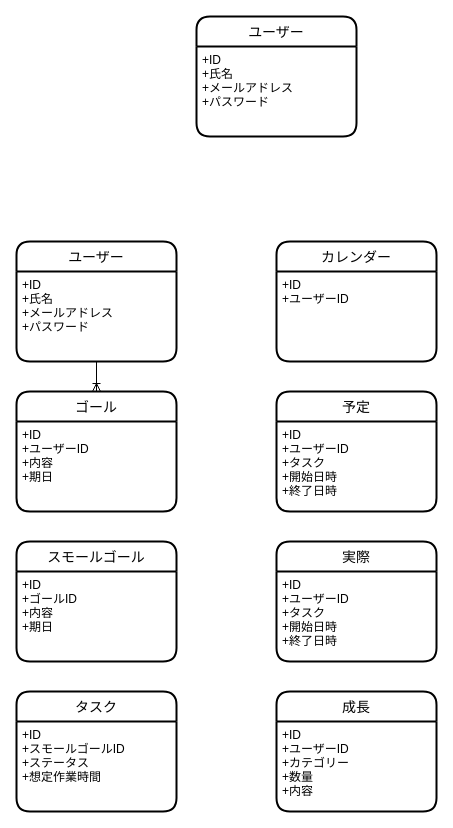
Above: アプリケーション設計/Untitled Diagram.drawio in ippeiNakamura/TIL (draw.io), before the change. Source tidied: cells renumbered, new cells numbered last; positions are measured from the earlier drawing's top-left corner, leaving out a move shared by most shapes. Both pictures are drawn from the tidied source at 100%, with x=0, y=0 at pixel (16, 16).
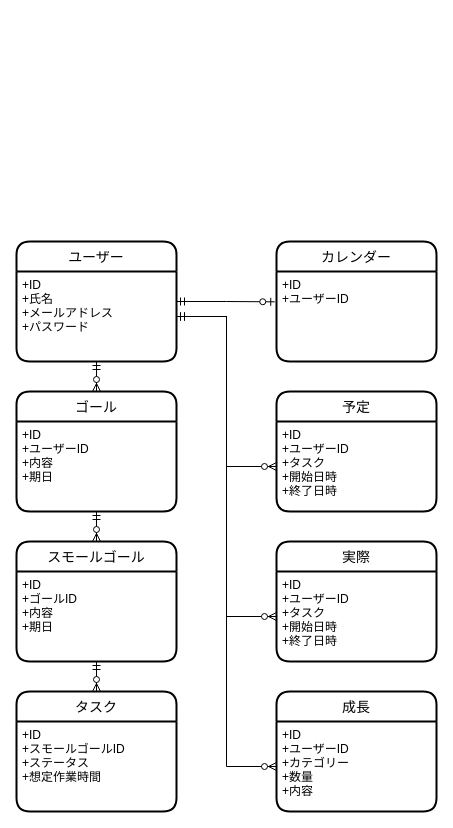
Above is the later version.

The change refers to these unchanged cells:
```xml
<mxCell id="2" value="ユーザー" style="swimlane;horizontal=1;startSize=30;rounded=1;fontSize=14;fontStyle=0;strokeWidth=2;shadow=0;dashed=0;align=center;" parent="1" vertex="1">
  <mxGeometry y="225" width="160" height="120" as="geometry" />
</mxCell>
<mxCell id="3" value="+ID&#10;+氏名&#10;+メールアドレス&#10;+パスワード" style="align=left;strokeColor=none;fillColor=none;spacingLeft=4;fontSize=12;verticalAlign=top;" parent="2" vertex="1">
  <mxGeometry y="30" width="160" height="90" as="geometry" />
</mxCell>
<mxCell id="6" value="ゴール" style="swimlane;horizontal=1;startSize=30;rounded=1;fontSize=14;fontStyle=0;strokeWidth=2;shadow=0;dashed=0;align=center;" parent="1" vertex="1">
  <mxGeometry y="375" width="160" height="120" as="geometry" />
</mxCell>
<mxCell id="7" value="+ID&#10;+ユーザーID&#10;+内容&#10;+期日&#10;" style="align=left;strokeColor=none;fillColor=none;spacingLeft=4;fontSize=12;verticalAlign=top;" parent="6" vertex="1">
  <mxGeometry y="30" width="160" height="90" as="geometry" />
</mxCell>
<mxCell id="8" value="スモールゴール" style="swimlane;horizontal=1;startSize=30;rounded=1;fontSize=14;fontStyle=0;strokeWidth=2;shadow=0;dashed=0;align=center;" parent="1" vertex="1">
  <mxGeometry y="525" width="160" height="120" as="geometry" />
</mxCell>
<mxCell id="9" value="+ID&#10;+ゴールID&#10;+内容&#10;+期日&#10;" style="align=left;strokeColor=none;fillColor=none;spacingLeft=4;fontSize=12;verticalAlign=top;" parent="8" vertex="1">
  <mxGeometry y="30" width="160" height="90" as="geometry" />
</mxCell>
<mxCell id="10" value="タスク" style="swimlane;horizontal=1;startSize=30;rounded=1;fontSize=14;fontStyle=0;strokeWidth=2;shadow=0;dashed=0;align=center;" parent="1" vertex="1">
  <mxGeometry y="675" width="160" height="120" as="geometry" />
</mxCell>
<mxCell id="13" value="+ID&#10;+ユーザーID&#10;&#10;" style="align=left;strokeColor=none;fillColor=none;spacingLeft=4;fontSize=12;verticalAlign=top;" parent="12" vertex="1">
  <mxGeometry y="30" width="160" height="90" as="geometry" />
</mxCell>
<mxCell id="15" value="+ID&#10;+ユーザーID&#10;+タスク&#10;+開始日時&#10;+終了日時" style="align=left;strokeColor=none;fillColor=none;spacingLeft=4;fontSize=12;verticalAlign=top;" parent="14" vertex="1">
  <mxGeometry y="30" width="160" height="90" as="geometry" />
</mxCell>
<mxCell id="17" value="+ID&#10;+ユーザーID&#10;+タスク&#10;+開始日時&#10;+終了日時" style="align=left;strokeColor=none;fillColor=none;spacingLeft=4;fontSize=12;verticalAlign=top;" parent="16" vertex="1">
  <mxGeometry y="30" width="160" height="90" as="geometry" />
</mxCell>
<mxCell id="19" value="+ID&#10;+ユーザーID&#10;+カテゴリー&#10;+数量&#10;+内容" style="align=left;strokeColor=none;fillColor=none;spacingLeft=4;fontSize=12;verticalAlign=top;" parent="18" vertex="1">
  <mxGeometry y="30" width="160" height="90" as="geometry" />
</mxCell>
```

Change to the diagram source:
```diff
@@
+    <mxCell id="21" style="edgeStyle=orthogonalEdgeStyle;rounded=0;jettySize=auto;html=1;startArrow=ERmandOne;startFill=0;endArrow=ERzeroToOne;endFill=1;entryX=-0.011;entryY=0.337;entryDx=0;entryDy=0;entryPerimeter=0;" parent="1" edge="1" source="2" target="13">
+      <mxGeometry relative="1" as="geometry" />
+    </mxCell>
@@
-    <mxCell id="4" value="ユーザー" style="swimlane;horizontal=1;startSize=30;rounded=1;fontSize=14;fontStyle=0;strokeWidth=2;shadow=0;dashed=0;align=center;" parent="1" vertex="1">
-      <mxGeometry x="180" width="160" height="120" as="geometry" />
-    </mxCell>
-    <mxCell id="5" value="+ID&#10;+氏名&#10;+メールアドレス&#10;+パスワード" style="align=left;strokeColor=none;fillColor=none;spacingLeft=4;fontSize=12;verticalAlign=top;" parent="4" vertex="1">
-      <mxGeometry y="30" width="160" height="90" as="geometry" />
-    </mxCell>
@@
-    <mxCell id="20" style="edgeStyle=orthogonalEdgeStyle;rounded=0;jettySize=auto;html=1;exitX=0.5;exitY=1;exitDx=0;exitDy=0;entryX=0.5;entryY=0;entryDx=0;entryDy=0;endArrow=ERoneToMany;endFill=0;" parent="1" edge="1" source="3" target="6">
+    <mxCell id="20" style="edgeStyle=orthogonalEdgeStyle;rounded=0;jettySize=auto;html=1;exitX=0.5;exitY=1;exitDx=0;exitDy=0;entryX=0.5;entryY=0;entryDx=0;entryDy=0;endArrow=ERzeroToMany;endFill=1;startArrow=ERmandOne;startFill=0;" parent="1" edge="1" source="3" target="6">
       <mxGeometry relative="1" as="geometry" />
     </mxCell>
+    <mxCell id="22" style="edgeStyle=orthogonalEdgeStyle;rounded=0;jettySize=auto;html=1;exitX=0.5;exitY=1;exitDx=0;exitDy=0;entryX=0.5;entryY=0;entryDx=0;entryDy=0;startArrow=ERmandOne;startFill=0;endArrow=ERzeroToMany;endFill=1;" parent="1" edge="1" source="7" target="8">
+      <mxGeometry relative="1" as="geometry" />
+    </mxCell>
+    <mxCell id="23" style="edgeStyle=orthogonalEdgeStyle;rounded=0;jettySize=auto;html=1;exitX=0.5;exitY=1;exitDx=0;exitDy=0;entryX=0.5;entryY=0;entryDx=0;entryDy=0;startArrow=ERmandOne;startFill=0;endArrow=ERzeroToMany;endFill=1;" parent="1" edge="1" source="9" target="10">
+      <mxGeometry relative="1" as="geometry" />
+    </mxCell>
+    <mxCell id="24" style="edgeStyle=orthogonalEdgeStyle;rounded=0;jettySize=auto;html=1;exitX=1;exitY=0.5;exitDx=0;exitDy=0;entryX=0;entryY=0.5;entryDx=0;entryDy=0;startArrow=ERmandOne;startFill=0;endArrow=ERzeroToMany;endFill=1;" parent="1" edge="1" source="3" target="15">
+      <mxGeometry relative="1" as="geometry" />
+    </mxCell>
+    <mxCell id="25" style="edgeStyle=orthogonalEdgeStyle;rounded=0;jettySize=auto;html=1;exitX=1;exitY=0.5;exitDx=0;exitDy=0;entryX=0;entryY=0.5;entryDx=0;entryDy=0;startArrow=ERmandOne;startFill=0;endArrow=ERzeroToMany;endFill=1;" parent="1" edge="1" source="3" target="17">
+      <mxGeometry relative="1" as="geometry" />
+    </mxCell>
+    <mxCell id="26" style="edgeStyle=orthogonalEdgeStyle;rounded=0;jettySize=auto;html=1;exitX=1;exitY=0.5;exitDx=0;exitDy=0;entryX=0;entryY=0.5;entryDx=0;entryDy=0;startArrow=ERmandOne;startFill=0;endArrow=ERzeroToMany;endFill=1;" parent="1" edge="1" source="3" target="19">
+      <mxGeometry relative="1" as="geometry" />
+    </mxCell>
```
